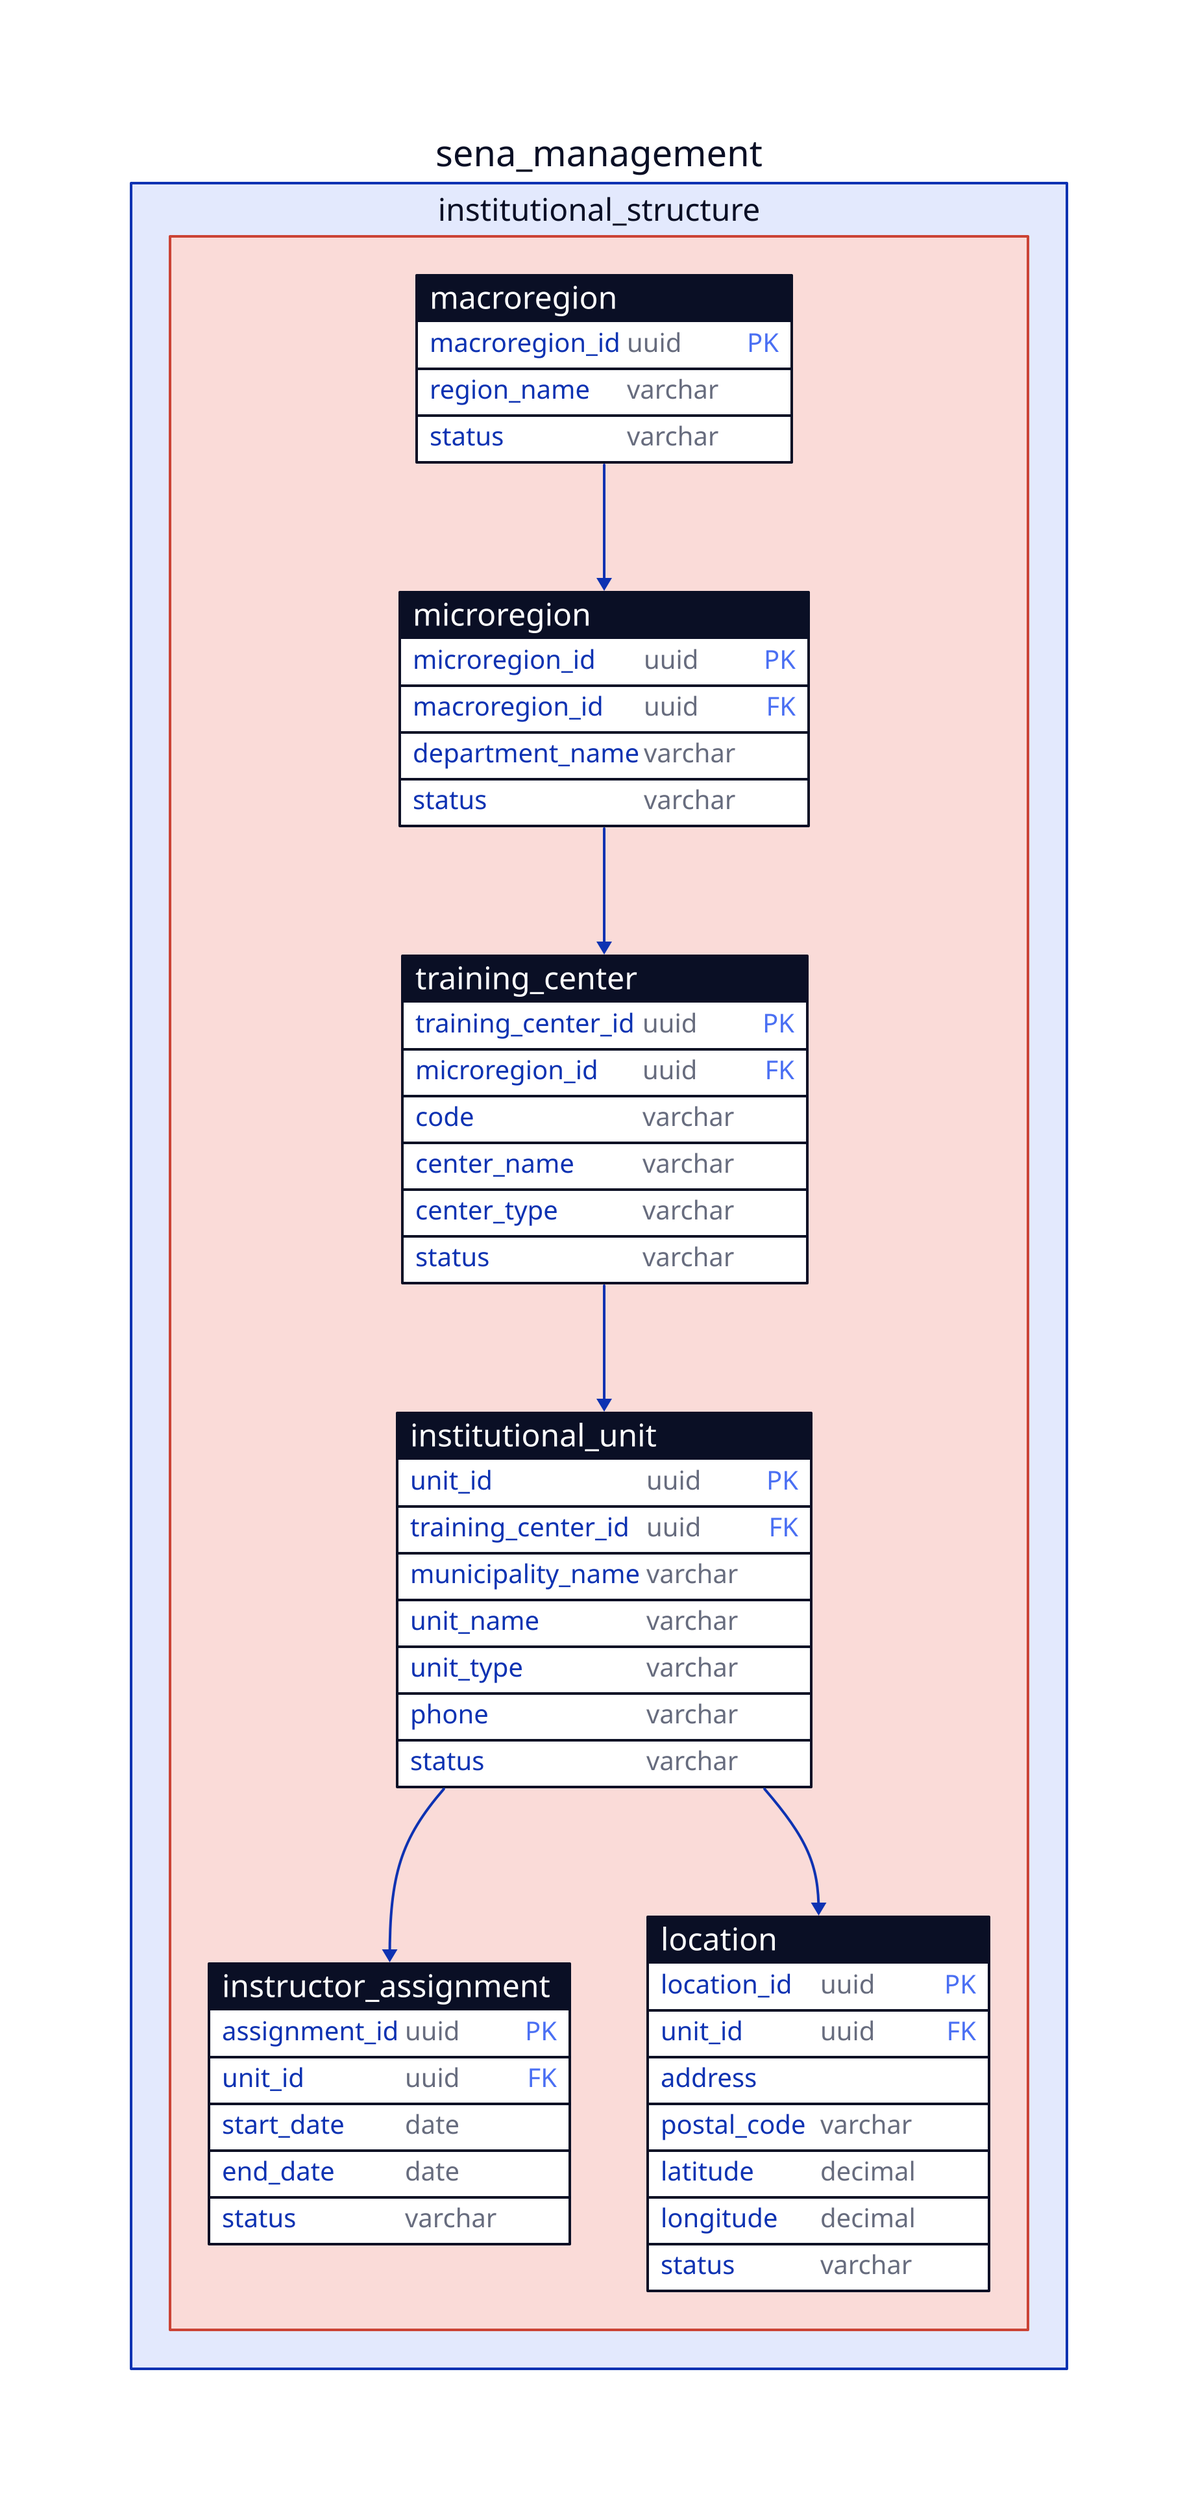
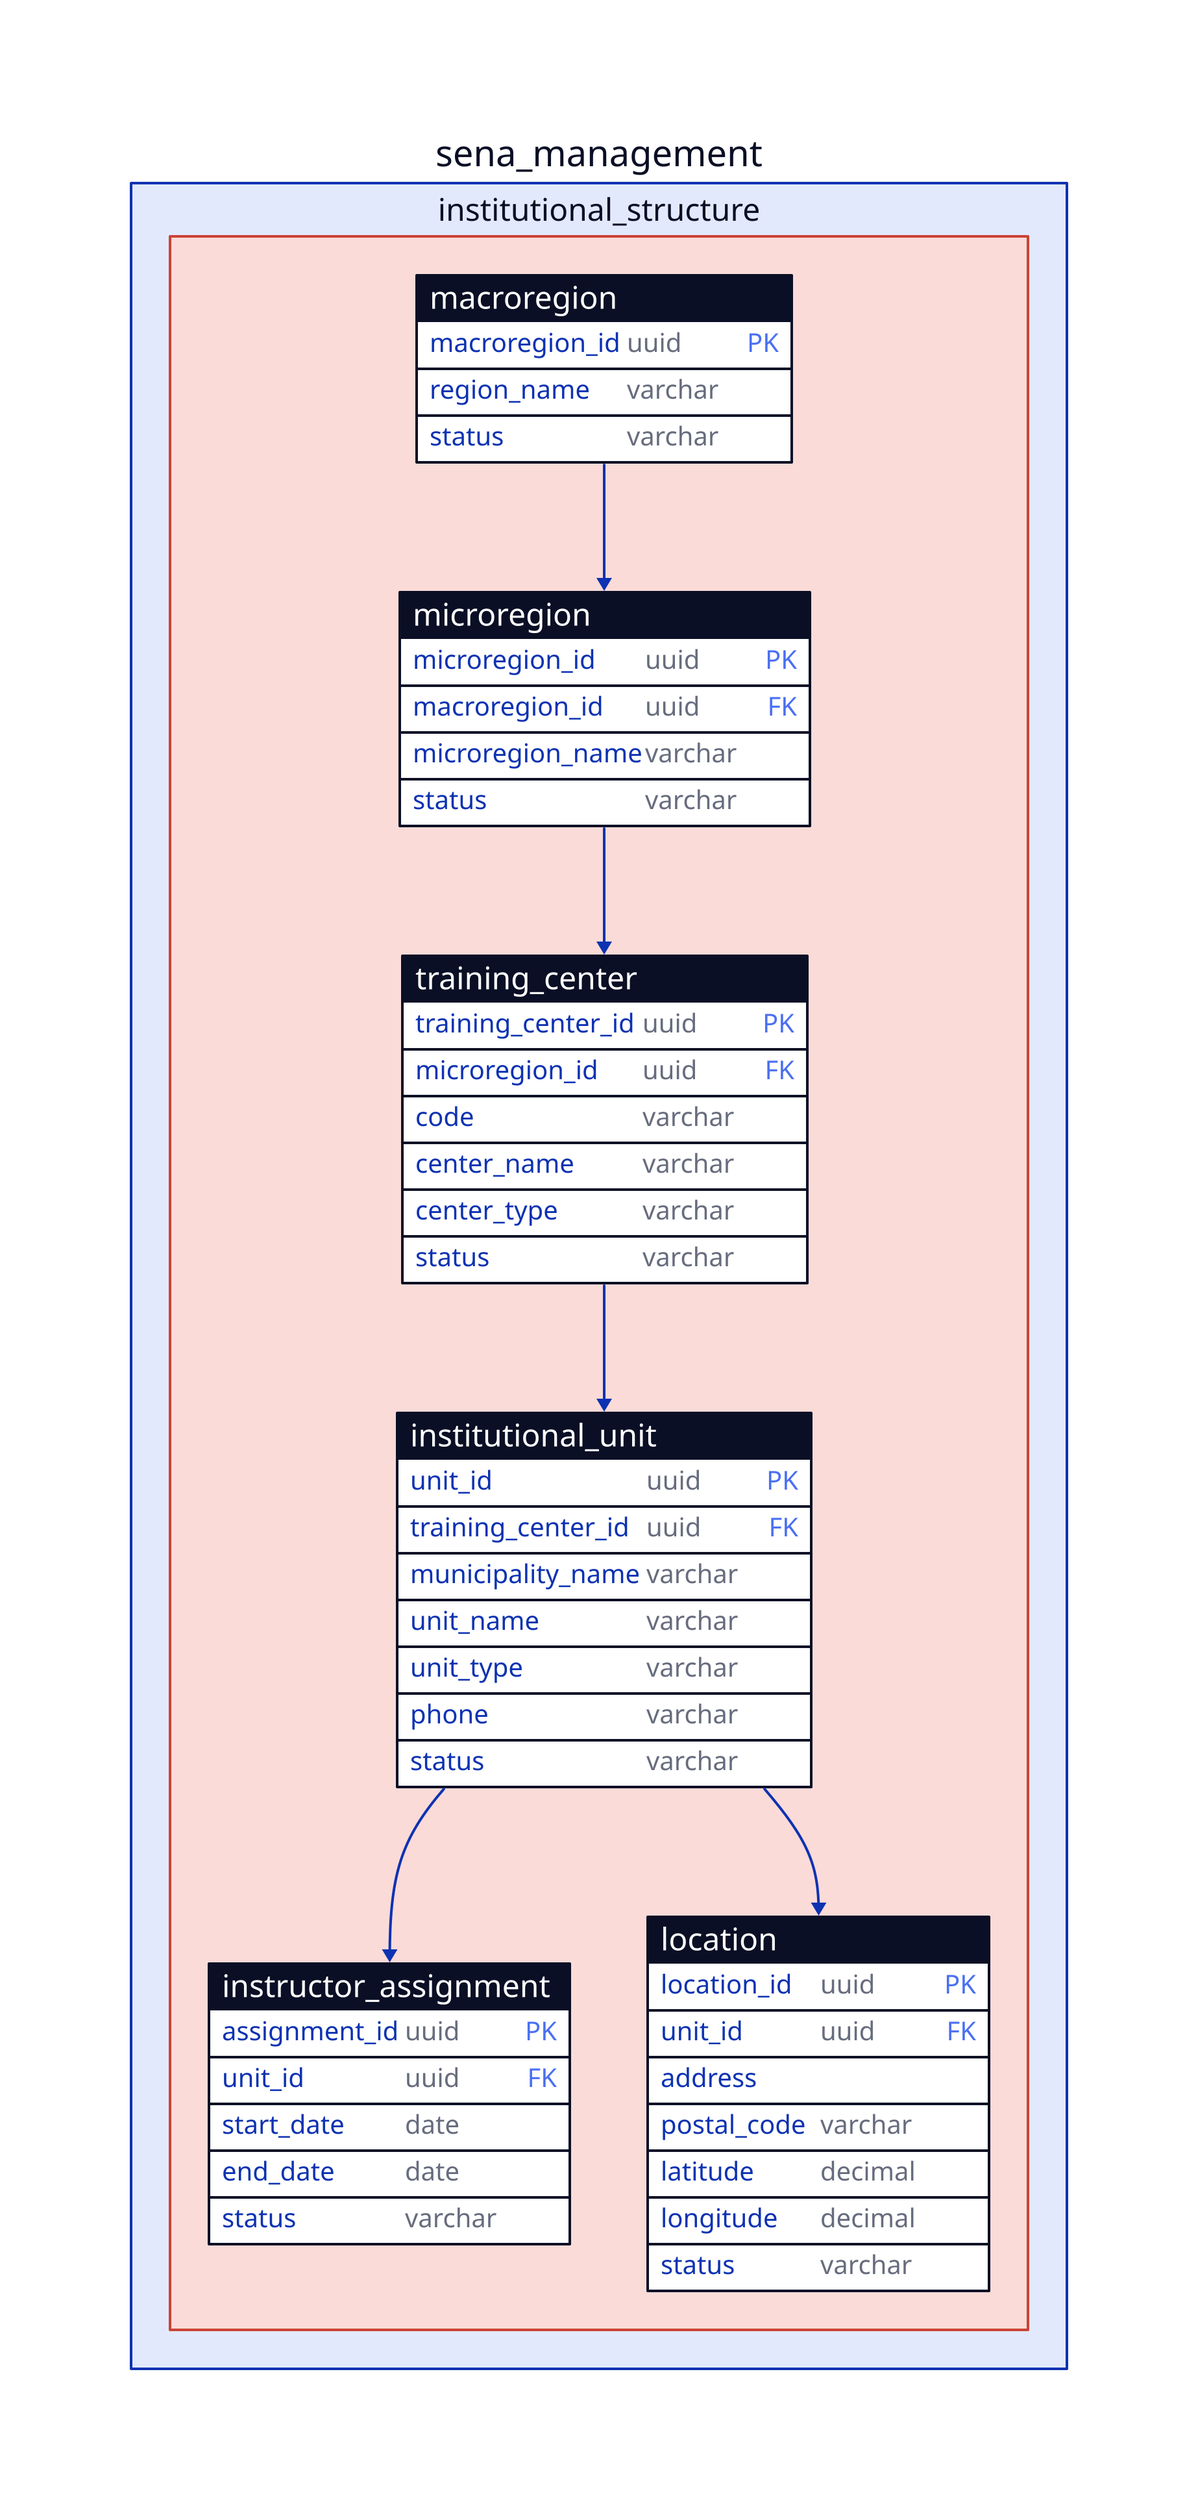
sena_management: {
  institutional_structure: {
    style.fill: "#FADBD8"
    style.stroke: "#CB4335"

    macroregion: {
      shape: sql_table

      macroregion_id: uuid {constraint: primary_key}
      region_name: varchar
      status: varchar
    }

    microregion: {
      shape: sql_table

      microregion_id: uuid {constraint: primary_key}
      macroregion_id: uuid {constraint: foreign_key}
-       department_name: varchar
+       microregion_name: varchar
      status: varchar
    }

    training_center: {
      shape: sql_table

      training_center_id: uuid {constraint: primary_key}
      microregion_id: uuid {constraint: foreign_key}
      code: varchar
      center_name: varchar
      center_type: varchar
      status: varchar
    }

    institutional_unit: {
      shape: sql_table

      unit_id: uuid {constraint: primary_key}
      training_center_id: uuid {constraint: foreign_key}
      municipality_name: varchar
      unit_name: varchar
      unit_type: varchar
      phone: varchar
      status: varchar
    }

    instructor_assignment: {
      shape: sql_table

      assignment_id: uuid {constraint: primary_key}
      unit_id: uuid {constraint: foreign_key}
      start_date: date
      end_date: date
      status: varchar
    }

    location: {
      shape: sql_table

      location_id: uuid {constraint: primary_key}
      unit_id: uuid {constraint: foreign_key}
      address
      postal_code: varchar
      latitude: decimal
      longitude: decimal
      status: varchar
    }
  }

  institutional_structure.macroregion.macroregion_id -> institutional_structure.microregion.macroregion_id

  institutional_structure.microregion.microregion_id -> institutional_structure.training_center.microregion_id

  institutional_structure.training_center.training_center_id -> institutional_structure.institutional_unit.training_center_id

  institutional_structure.institutional_unit.unit_id -> institutional_structure.instructor_assignment.unit_id

  institutional_structure.institutional_unit.unit_id -> institutional_structure.location.unit_id
}
